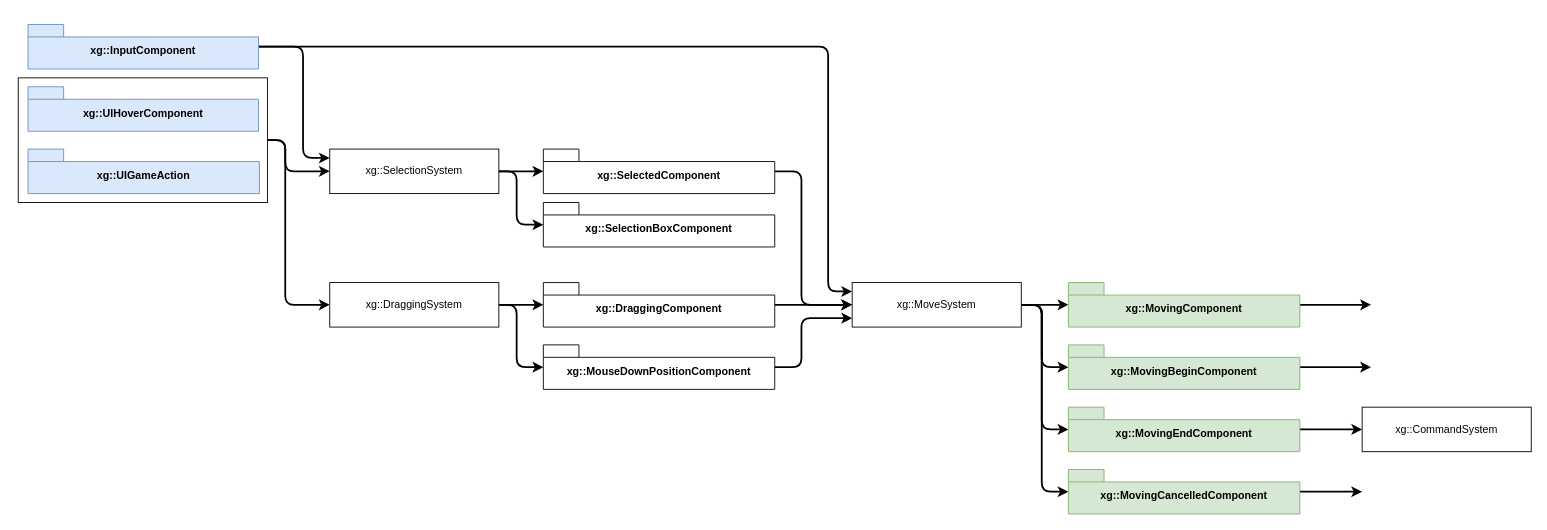
Above: design/selection.drawio in djfooks-kl/breadboard (draw.io), before the change. Source tidied: cells renumbered, new cells numbered last; positions are measured from the earlier drawing's top-left corner, leaving out a move shared by most shapes. Both pictures are drawn from the tidied source at 89%, with x=0, y=0 at pixel (18, 24).
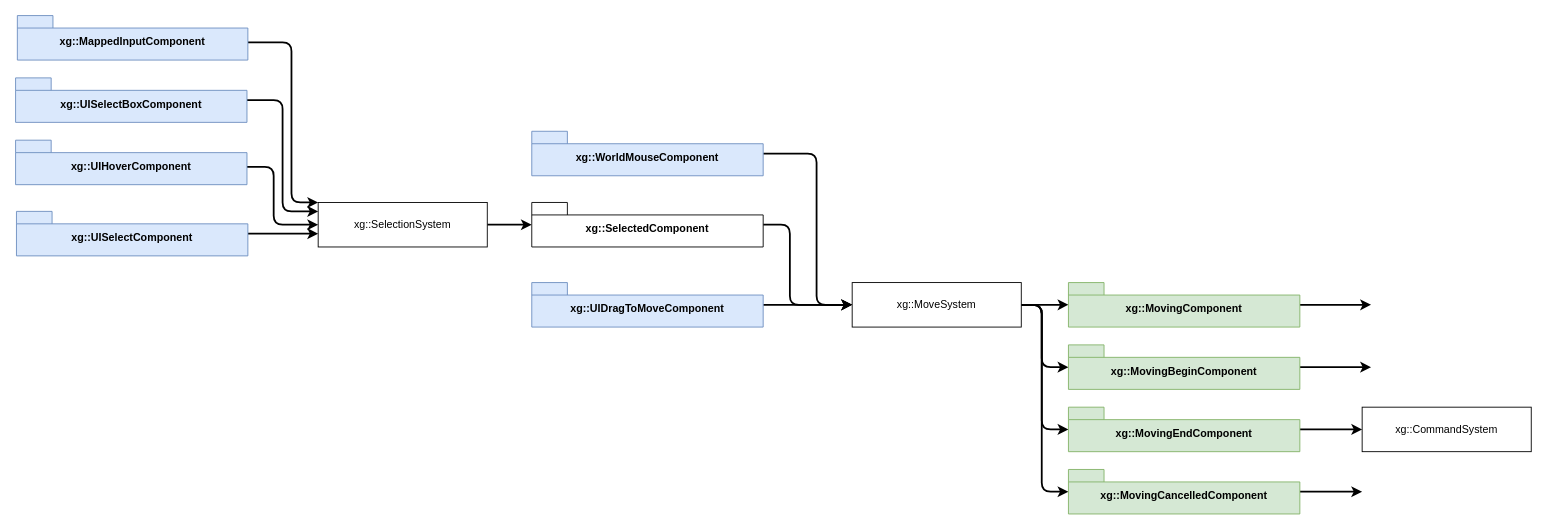
Above is the later version.

Commit message:
Updated selection design

Unchanged cells that the change refers to:
```xml
<mxCell id="16" value="xg::MoveSystem" style="html=1;whiteSpace=wrap;" parent="1" vertex="1">
  <mxGeometry x="937" y="290" width="190" height="50" as="geometry" />
</mxCell>
<mxCell id="29" value="xg::MovingComponent" style="shape=folder;fontStyle=1;spacingTop=10;tabWidth=40;tabHeight=14;tabPosition=left;html=1;whiteSpace=wrap;fillColor=#d5e8d4;strokeColor=#82b366;" parent="1" vertex="1">
  <mxGeometry x="1180" y="290" width="260" height="50" as="geometry" />
</mxCell>
<mxCell id="31" value="xg::MovingBeginComponent" style="shape=folder;fontStyle=1;spacingTop=10;tabWidth=40;tabHeight=14;tabPosition=left;html=1;whiteSpace=wrap;fillColor=#d5e8d4;strokeColor=#82b366;" parent="1" vertex="1">
  <mxGeometry x="1180" y="360" width="260" height="50" as="geometry" />
</mxCell>
<mxCell id="33" value="xg::MovingEndComponent" style="shape=folder;fontStyle=1;spacingTop=10;tabWidth=40;tabHeight=14;tabPosition=left;html=1;whiteSpace=wrap;fillColor=#d5e8d4;strokeColor=#82b366;" parent="1" vertex="1">
  <mxGeometry x="1180" y="430" width="260" height="50" as="geometry" />
</mxCell>
<mxCell id="35" value="xg::MovingCancelledComponent" style="shape=folder;fontStyle=1;spacingTop=10;tabWidth=40;tabHeight=14;tabPosition=left;html=1;whiteSpace=wrap;fillColor=#d5e8d4;strokeColor=#82b366;" parent="1" vertex="1">
  <mxGeometry x="1180" y="500" width="260" height="50" as="geometry" />
</mxCell>
<mxCell id="36" value="xg::CommandSystem" style="html=1;whiteSpace=wrap;" parent="1" vertex="1">
  <mxGeometry x="1510" y="430" width="190" height="50" as="geometry" />
</mxCell>
```

Change to the diagram source:
```diff
@@
-    <mxCell id="2" style="edgeStyle=orthogonalEdgeStyle;shape=connector;curved=0;rounded=1;jettySize=auto;html=1;strokeColor=default;strokeWidth=2;align=center;verticalAlign=middle;fontFamily=Helvetica;fontSize=11;fontColor=default;labelBackgroundColor=default;endArrow=classic;" parent="1" edge="1" source="4" target="8">
+    <mxCell id="2" style="edgeStyle=orthogonalEdgeStyle;shape=connector;curved=0;rounded=1;jettySize=auto;html=1;strokeColor=default;strokeWidth=2;align=center;verticalAlign=middle;fontFamily=Helvetica;fontSize=11;fontColor=default;labelBackgroundColor=default;endArrow=classic;jumpStyle=gap;" parent="1" edge="1" source="5" target="8">
       <mxGeometry relative="1" as="geometry">
         <Array as="points">
-          <mxPoint x="300" y="130" />
-          <mxPoint x="300" y="165" />
+          <mxPoint x="287" y="160" />
+          <mxPoint x="287" y="225" />
         </Array>
       </mxGeometry>
     </mxCell>
-    <mxCell id="3" style="edgeStyle=orthogonalEdgeStyle;shape=connector;curved=0;rounded=1;jettySize=auto;html=1;strokeColor=default;strokeWidth=2;align=center;verticalAlign=middle;fontFamily=Helvetica;fontSize=11;fontColor=default;labelBackgroundColor=default;endArrow=classic;" parent="1" edge="1" source="4" target="23">
-      <mxGeometry relative="1" as="geometry">
-        <Array as="points">
-          <mxPoint x="300" y="130" />
-          <mxPoint x="300" y="315" />
-        </Array>
-      </mxGeometry>
-    </mxCell>
-    <mxCell id="4" style="rounded=0;whiteSpace=wrap;html=1;fontFamily=Helvetica;fontSize=11;fontColor=default;labelBackgroundColor=default;" parent="1" vertex="1">
-      <mxGeometry y="60" width="280" height="140" as="geometry" />
-    </mxCell>
-    <mxCell id="5" value="xg::UIGameAction" style="shape=folder;fontStyle=1;spacingTop=10;tabWidth=40;tabHeight=14;tabPosition=left;html=1;whiteSpace=wrap;fillColor=#dae8fc;strokeColor=#6c8ebf;" parent="1" vertex="1">
-      <mxGeometry x="11" y="140" width="260" height="50" as="geometry" />
+    <mxCell id="5" value="xg::UIHoverComponent" style="shape=folder;fontStyle=1;spacingTop=10;tabWidth=40;tabHeight=14;tabPosition=left;html=1;whiteSpace=wrap;fillColor=#dae8fc;strokeColor=#6c8ebf;" parent="1" vertex="1">
+      <mxGeometry x="-3" y="130" width="260" height="50" as="geometry" />
     </mxCell>
-    <mxCell id="6" style="edgeStyle=orthogonalEdgeStyle;shape=connector;curved=0;rounded=1;jettySize=auto;html=1;strokeColor=default;strokeWidth=2;align=center;verticalAlign=middle;fontFamily=Helvetica;fontSize=11;fontColor=default;labelBackgroundColor=default;endArrow=classic;" parent="1" edge="1" source="8" target="11">
+    <mxCell id="6" style="edgeStyle=orthogonalEdgeStyle;shape=connector;curved=0;rounded=1;jettySize=auto;html=1;strokeColor=default;strokeWidth=2;align=center;verticalAlign=middle;fontFamily=Helvetica;fontSize=11;fontColor=default;labelBackgroundColor=default;endArrow=classic;jumpStyle=gap;" parent="1" edge="1" source="8" target="11">
       <mxGeometry relative="1" as="geometry" />
     </mxCell>
-    <mxCell id="7" style="edgeStyle=orthogonalEdgeStyle;shape=connector;curved=0;rounded=1;jettySize=auto;html=1;strokeColor=default;strokeWidth=2;align=center;verticalAlign=middle;fontFamily=Helvetica;fontSize=11;fontColor=default;labelBackgroundColor=default;endArrow=classic;" parent="1" edge="1" source="8" target="17">
-      <mxGeometry relative="1" as="geometry">
-        <Array as="points">
-          <mxPoint x="560" y="165" />
-          <mxPoint x="560" y="225" />
-        </Array>
-      </mxGeometry>
-    </mxCell>
     <mxCell id="8" value="xg::SelectionSystem" style="html=1;whiteSpace=wrap;" parent="1" vertex="1">
-      <mxGeometry x="350" y="140" width="190" height="50" as="geometry" />
+      <mxGeometry x="337" y="200" width="190" height="50" as="geometry" />
     </mxCell>
-    <mxCell id="9" value="xg::UIHoverComponent" style="shape=folder;fontStyle=1;spacingTop=10;tabWidth=40;tabHeight=14;tabPosition=left;html=1;whiteSpace=wrap;fillColor=#dae8fc;strokeColor=#6c8ebf;" parent="1" vertex="1">
-      <mxGeometry x="11" y="70" width="259" height="50" as="geometry" />
-    </mxCell>
-    <mxCell id="10" style="edgeStyle=orthogonalEdgeStyle;shape=connector;curved=0;rounded=1;jettySize=auto;html=1;strokeColor=default;strokeWidth=2;align=center;verticalAlign=middle;fontFamily=Helvetica;fontSize=11;fontColor=default;labelBackgroundColor=default;endArrow=classic;" parent="1" edge="1" source="11" target="16">
+    <mxCell id="10" style="edgeStyle=orthogonalEdgeStyle;shape=connector;curved=0;rounded=1;jumpStyle=gap;jettySize=auto;html=1;strokeColor=default;strokeWidth=2;align=center;verticalAlign=middle;fontFamily=Helvetica;fontSize=11;fontColor=default;labelBackgroundColor=default;endArrow=classic;" parent="1" edge="1" source="11" target="16">
       <mxGeometry relative="1" as="geometry">
         <Array as="points">
-          <mxPoint x="880" y="165" />
-          <mxPoint x="880" y="315" />
+          <mxPoint x="867" y="225" />
+          <mxPoint x="867" y="315" />
         </Array>
       </mxGeometry>
     </mxCell>
     <mxCell id="11" value="xg::SelectedComponent" style="shape=folder;fontStyle=1;spacingTop=10;tabWidth=40;tabHeight=14;tabPosition=left;html=1;whiteSpace=wrap;" parent="1" vertex="1">
-      <mxGeometry x="590" y="140" width="260" height="50" as="geometry" />
+      <mxGeometry x="577" y="200" width="260" height="50" as="geometry" />
     </mxCell>
-    <mxCell id="12" style="edgeStyle=orthogonalEdgeStyle;shape=connector;curved=0;rounded=1;jettySize=auto;html=1;strokeColor=default;strokeWidth=2;align=center;verticalAlign=middle;fontFamily=Helvetica;fontSize=11;fontColor=default;labelBackgroundColor=default;endArrow=classic;" parent="1" edge="1" source="16" target="29">
+    <mxCell id="12" style="edgeStyle=orthogonalEdgeStyle;shape=connector;curved=0;rounded=1;jettySize=auto;html=1;strokeColor=default;strokeWidth=2;align=center;verticalAlign=middle;fontFamily=Helvetica;fontSize=11;fontColor=default;labelBackgroundColor=default;endArrow=classic;jumpStyle=gap;" parent="1" edge="1" source="16" target="29">
       <mxGeometry relative="1" as="geometry" />
     </mxCell>
-    <mxCell id="13" style="edgeStyle=orthogonalEdgeStyle;shape=connector;curved=0;rounded=1;jettySize=auto;html=1;strokeColor=default;strokeWidth=2;align=center;verticalAlign=middle;fontFamily=Helvetica;fontSize=11;fontColor=default;labelBackgroundColor=default;endArrow=classic;" parent="1" edge="1" source="16" target="31">
+    <mxCell id="13" style="edgeStyle=orthogonalEdgeStyle;shape=connector;curved=0;rounded=1;jettySize=auto;html=1;strokeColor=default;strokeWidth=2;align=center;verticalAlign=middle;fontFamily=Helvetica;fontSize=11;fontColor=default;labelBackgroundColor=default;endArrow=classic;jumpStyle=gap;" parent="1" edge="1" source="16" target="31">
       <mxGeometry relative="1" as="geometry">
         <Array as="points">
           <mxPoint x="1150" y="315" />
           <mxPoint x="1150" y="385" />
         </Array>
       </mxGeometry>
     </mxCell>
-    <mxCell id="14" style="edgeStyle=orthogonalEdgeStyle;shape=connector;curved=0;rounded=1;jettySize=auto;html=1;strokeColor=default;strokeWidth=2;align=center;verticalAlign=middle;fontFamily=Helvetica;fontSize=11;fontColor=default;labelBackgroundColor=default;endArrow=classic;" parent="1" edge="1" source="16" target="33">
+    <mxCell id="14" style="edgeStyle=orthogonalEdgeStyle;shape=connector;curved=0;rounded=1;jettySize=auto;html=1;strokeColor=default;strokeWidth=2;align=center;verticalAlign=middle;fontFamily=Helvetica;fontSize=11;fontColor=default;labelBackgroundColor=default;endArrow=classic;jumpStyle=gap;" parent="1" edge="1" source="16" target="33">
       <mxGeometry relative="1" as="geometry">
         <Array as="points">
           <mxPoint x="1150" y="315" />
           <mxPoint x="1150" y="455" />
         </Array>
       </mxGeometry>
     </mxCell>
-    <mxCell id="15" style="edgeStyle=orthogonalEdgeStyle;shape=connector;curved=0;rounded=1;jettySize=auto;html=1;strokeColor=default;strokeWidth=2;align=center;verticalAlign=middle;fontFamily=Helvetica;fontSize=11;fontColor=default;labelBackgroundColor=default;endArrow=classic;" parent="1" edge="1" source="16" target="35">
+    <mxCell id="15" style="edgeStyle=orthogonalEdgeStyle;shape=connector;curved=0;rounded=1;jettySize=auto;html=1;strokeColor=default;strokeWidth=2;align=center;verticalAlign=middle;fontFamily=Helvetica;fontSize=11;fontColor=default;labelBackgroundColor=default;endArrow=classic;jumpStyle=gap;" parent="1" edge="1" source="16" target="35">
       <mxGeometry relative="1" as="geometry">
         <Array as="points">
           <mxPoint x="1150" y="315" />
           <mxPoint x="1150" y="525" />
         </Array>
       </mxGeometry>
     </mxCell>
@@
+    <mxCell id="37" style="edgeStyle=orthogonalEdgeStyle;shape=connector;curved=0;rounded=1;jumpStyle=gap;jettySize=auto;html=1;strokeColor=default;strokeWidth=2;align=center;verticalAlign=middle;fontFamily=Helvetica;fontSize=11;fontColor=default;labelBackgroundColor=default;endArrow=classic;" parent="1" edge="1" source="17" target="8">
+      <mxGeometry relative="1" as="geometry">
+        <Array as="points">
+          <mxPoint x="297" y="85" />
+          <mxPoint x="297" y="210" />
+        </Array>
+      </mxGeometry>
+    </mxCell>
-    <mxCell id="17" value="xg::SelectionBoxComponent" style="shape=folder;fontStyle=1;spacingTop=10;tabWidth=40;tabHeight=14;tabPosition=left;html=1;whiteSpace=wrap;" parent="1" vertex="1">
-      <mxGeometry x="590" y="200" width="260" height="50" as="geometry" />
+    <mxCell id="17" value="xg::UISelectBoxComponent" style="shape=folder;fontStyle=1;spacingTop=10;tabWidth=40;tabHeight=14;tabPosition=left;html=1;whiteSpace=wrap;fillColor=#dae8fc;strokeColor=#6c8ebf;" parent="1" vertex="1">
+      <mxGeometry x="-3" y="60" width="260" height="50" as="geometry" />
     </mxCell>
-    <mxCell id="18" style="edgeStyle=orthogonalEdgeStyle;shape=connector;curved=0;rounded=1;jettySize=auto;html=1;strokeColor=default;strokeWidth=2;align=center;verticalAlign=middle;fontFamily=Helvetica;fontSize=11;fontColor=default;labelBackgroundColor=default;endArrow=classic;" parent="1" edge="1" source="20" target="8">
+    <mxCell id="18" style="edgeStyle=orthogonalEdgeStyle;shape=connector;curved=0;rounded=1;jettySize=auto;html=1;strokeColor=default;strokeWidth=2;align=center;verticalAlign=middle;fontFamily=Helvetica;fontSize=11;fontColor=default;labelBackgroundColor=default;endArrow=classic;jumpStyle=gap;" parent="1" edge="1" source="20" target="8">
       <mxGeometry relative="1" as="geometry">
         <Array as="points">
-          <mxPoint x="320" y="25" />
-          <mxPoint x="320" y="150" />
+          <mxPoint x="307" y="20" />
+          <mxPoint x="307" y="200" />
         </Array>
       </mxGeometry>
     </mxCell>
-    <mxCell id="19" style="edgeStyle=orthogonalEdgeStyle;shape=connector;curved=0;rounded=1;jettySize=auto;html=1;strokeColor=default;strokeWidth=2;align=center;verticalAlign=middle;fontFamily=Helvetica;fontSize=11;fontColor=default;labelBackgroundColor=default;endArrow=classic;" parent="1" edge="1" source="20" target="16">
-      <mxGeometry relative="1" as="geometry">
-        <Array as="points">
-          <mxPoint x="910" y="25" />
-          <mxPoint x="910" y="300" />
-        </Array>
-      </mxGeometry>
-    </mxCell>
-    <mxCell id="20" value="xg::InputComponent" style="shape=folder;fontStyle=1;spacingTop=10;tabWidth=40;tabHeight=14;tabPosition=left;html=1;whiteSpace=wrap;fillColor=#dae8fc;strokeColor=#6c8ebf;" parent="1" vertex="1">
-      <mxGeometry x="11" width="259" height="50" as="geometry" />
+    <mxCell id="20" value="xg::MappedInputComponent" style="shape=folder;fontStyle=1;spacingTop=10;tabWidth=40;tabHeight=14;tabPosition=left;html=1;whiteSpace=wrap;fillColor=#dae8fc;strokeColor=#6c8ebf;" parent="1" vertex="1">
+      <mxGeometry x="-1" y="-10" width="259" height="50" as="geometry" />
     </mxCell>
-    <mxCell id="21" style="edgeStyle=orthogonalEdgeStyle;shape=connector;curved=0;rounded=1;jettySize=auto;html=1;strokeColor=default;strokeWidth=2;align=center;verticalAlign=middle;fontFamily=Helvetica;fontSize=11;fontColor=default;labelBackgroundColor=default;endArrow=classic;" parent="1" edge="1" source="23" target="27">
-      <mxGeometry relative="1" as="geometry" />
-    </mxCell>
-    <mxCell id="22" style="edgeStyle=orthogonalEdgeStyle;shape=connector;curved=0;rounded=1;jettySize=auto;html=1;strokeColor=default;strokeWidth=2;align=center;verticalAlign=middle;fontFamily=Helvetica;fontSize=11;fontColor=default;labelBackgroundColor=default;endArrow=classic;" parent="1" edge="1" source="23" target="25">
-      <mxGeometry relative="1" as="geometry">
-        <Array as="points">
-          <mxPoint x="560" y="315" />
-          <mxPoint x="560" y="385" />
-        </Array>
-      </mxGeometry>
-    </mxCell>
-    <mxCell id="23" value="xg::DraggingSystem" style="html=1;whiteSpace=wrap;" parent="1" vertex="1">
-      <mxGeometry x="350" y="290" width="190" height="50" as="geometry" />
-    </mxCell>
-    <mxCell id="24" style="edgeStyle=orthogonalEdgeStyle;shape=connector;curved=0;rounded=1;jettySize=auto;html=1;strokeColor=default;strokeWidth=2;align=center;verticalAlign=middle;fontFamily=Helvetica;fontSize=11;fontColor=default;labelBackgroundColor=default;endArrow=classic;" parent="1" edge="1" source="25" target="16">
-      <mxGeometry relative="1" as="geometry">
-        <Array as="points">
-          <mxPoint x="880" y="385" />
-          <mxPoint x="880" y="330" />
-        </Array>
-      </mxGeometry>
-    </mxCell>
-    <mxCell id="25" value="xg::MouseDownPositionComponent" style="shape=folder;fontStyle=1;spacingTop=10;tabWidth=40;tabHeight=14;tabPosition=left;html=1;whiteSpace=wrap;" parent="1" vertex="1">
-      <mxGeometry x="590" y="360" width="260" height="50" as="geometry" />
-    </mxCell>
-    <mxCell id="26" style="edgeStyle=orthogonalEdgeStyle;shape=connector;curved=0;rounded=1;jettySize=auto;html=1;strokeColor=default;strokeWidth=2;align=center;verticalAlign=middle;fontFamily=Helvetica;fontSize=11;fontColor=default;labelBackgroundColor=default;endArrow=classic;" parent="1" edge="1" source="27" target="16">
-      <mxGeometry relative="1" as="geometry" />
-    </mxCell>
-    <mxCell id="27" value="xg::DraggingComponent" style="shape=folder;fontStyle=1;spacingTop=10;tabWidth=40;tabHeight=14;tabPosition=left;html=1;whiteSpace=wrap;" parent="1" vertex="1">
-      <mxGeometry x="590" y="290" width="260" height="50" as="geometry" />
-    </mxCell>
-    <mxCell id="28" style="edgeStyle=orthogonalEdgeStyle;shape=connector;curved=0;rounded=1;jettySize=auto;html=1;strokeColor=default;strokeWidth=2;align=center;verticalAlign=middle;fontFamily=Helvetica;fontSize=11;fontColor=default;labelBackgroundColor=default;endArrow=classic;" parent="1" edge="1" source="29">
+    <mxCell id="28" style="edgeStyle=orthogonalEdgeStyle;shape=connector;curved=0;rounded=1;jettySize=auto;html=1;strokeColor=default;strokeWidth=2;align=center;verticalAlign=middle;fontFamily=Helvetica;fontSize=11;fontColor=default;labelBackgroundColor=default;endArrow=classic;jumpStyle=gap;" parent="1" edge="1" source="29">
       <mxGeometry relative="1" as="geometry">
         <mxPoint x="1520" y="315" as="targetPoint" />
       </mxGeometry>
     </mxCell>
@@
-    <mxCell id="30" style="edgeStyle=orthogonalEdgeStyle;shape=connector;curved=0;rounded=1;jettySize=auto;html=1;strokeColor=default;strokeWidth=2;align=center;verticalAlign=middle;fontFamily=Helvetica;fontSize=11;fontColor=default;labelBackgroundColor=default;endArrow=classic;" parent="1" edge="1" source="31">
+    <mxCell id="30" style="edgeStyle=orthogonalEdgeStyle;shape=connector;curved=0;rounded=1;jettySize=auto;html=1;strokeColor=default;strokeWidth=2;align=center;verticalAlign=middle;fontFamily=Helvetica;fontSize=11;fontColor=default;labelBackgroundColor=default;endArrow=classic;jumpStyle=gap;" parent="1" edge="1" source="31">
       <mxGeometry relative="1" as="geometry">
         <mxPoint x="1520" y="385" as="targetPoint" />
       </mxGeometry>
     </mxCell>
@@
-    <mxCell id="32" style="edgeStyle=orthogonalEdgeStyle;shape=connector;curved=0;rounded=1;jettySize=auto;html=1;strokeColor=default;strokeWidth=2;align=center;verticalAlign=middle;fontFamily=Helvetica;fontSize=11;fontColor=default;labelBackgroundColor=default;endArrow=classic;" parent="1" edge="1" source="33" target="36">
+    <mxCell id="32" style="edgeStyle=orthogonalEdgeStyle;shape=connector;curved=0;rounded=1;jettySize=auto;html=1;strokeColor=default;strokeWidth=2;align=center;verticalAlign=middle;fontFamily=Helvetica;fontSize=11;fontColor=default;labelBackgroundColor=default;endArrow=classic;jumpStyle=gap;" parent="1" edge="1" source="33" target="36">
       <mxGeometry relative="1" as="geometry" />
     </mxCell>
@@
-    <mxCell id="34" style="edgeStyle=orthogonalEdgeStyle;shape=connector;curved=0;rounded=1;jettySize=auto;html=1;strokeColor=default;strokeWidth=2;align=center;verticalAlign=middle;fontFamily=Helvetica;fontSize=11;fontColor=default;labelBackgroundColor=default;endArrow=classic;" parent="1" edge="1" source="35">
+    <mxCell id="34" style="edgeStyle=orthogonalEdgeStyle;shape=connector;curved=0;rounded=1;jettySize=auto;html=1;strokeColor=default;strokeWidth=2;align=center;verticalAlign=middle;fontFamily=Helvetica;fontSize=11;fontColor=default;labelBackgroundColor=default;endArrow=classic;jumpStyle=gap;" parent="1" edge="1" source="35">
       <mxGeometry relative="1" as="geometry">
         <mxPoint x="1510" y="525" as="targetPoint" />
       </mxGeometry>
     </mxCell>
@@
+    <mxCell id="38" style="edgeStyle=orthogonalEdgeStyle;shape=connector;curved=0;rounded=1;jumpStyle=gap;jettySize=auto;html=1;strokeColor=default;strokeWidth=2;align=center;verticalAlign=middle;fontFamily=Helvetica;fontSize=11;fontColor=default;labelBackgroundColor=default;endArrow=classic;" parent="1" edge="1" source="39" target="8">
+      <mxGeometry relative="1" as="geometry">
+        <Array as="points">
+          <mxPoint x="327" y="235" />
+          <mxPoint x="327" y="235" />
+        </Array>
+      </mxGeometry>
+    </mxCell>
+    <mxCell id="39" value="xg::UISelectComponent" style="shape=folder;fontStyle=1;spacingTop=10;tabWidth=40;tabHeight=14;tabPosition=left;html=1;whiteSpace=wrap;fillColor=#dae8fc;strokeColor=#6c8ebf;" parent="1" vertex="1">
+      <mxGeometry x="-2" y="210" width="260" height="50" as="geometry" />
+    </mxCell>
+    <mxCell id="40" style="edgeStyle=orthogonalEdgeStyle;shape=connector;curved=0;rounded=1;jumpStyle=gap;jettySize=auto;html=1;strokeColor=default;strokeWidth=2;align=center;verticalAlign=middle;fontFamily=Helvetica;fontSize=11;fontColor=default;labelBackgroundColor=default;endArrow=classic;" parent="1" edge="1" source="41" target="16">
+      <mxGeometry relative="1" as="geometry" />
+    </mxCell>
+    <mxCell id="41" value="xg::UIDragToMoveComponent" style="shape=folder;fontStyle=1;spacingTop=10;tabWidth=40;tabHeight=14;tabPosition=left;html=1;whiteSpace=wrap;fillColor=#dae8fc;strokeColor=#6c8ebf;" parent="1" vertex="1">
+      <mxGeometry x="577" y="290" width="260" height="50" as="geometry" />
+    </mxCell>
+    <mxCell id="42" style="edgeStyle=orthogonalEdgeStyle;shape=connector;curved=0;rounded=1;jumpStyle=gap;jettySize=auto;html=1;strokeColor=default;strokeWidth=2;align=center;verticalAlign=middle;fontFamily=Helvetica;fontSize=11;fontColor=default;labelBackgroundColor=default;endArrow=classic;" parent="1" edge="1" source="43" target="16">
+      <mxGeometry relative="1" as="geometry">
+        <Array as="points">
+          <mxPoint x="897" y="145" />
+          <mxPoint x="897" y="315" />
+        </Array>
+      </mxGeometry>
+    </mxCell>
+    <mxCell id="43" value="xg::WorldMouseComponent" style="shape=folder;fontStyle=1;spacingTop=10;tabWidth=40;tabHeight=14;tabPosition=left;html=1;whiteSpace=wrap;fillColor=#dae8fc;strokeColor=#6c8ebf;" parent="1" vertex="1">
+      <mxGeometry x="577" y="120" width="260" height="50" as="geometry" />
+    </mxCell>
```
